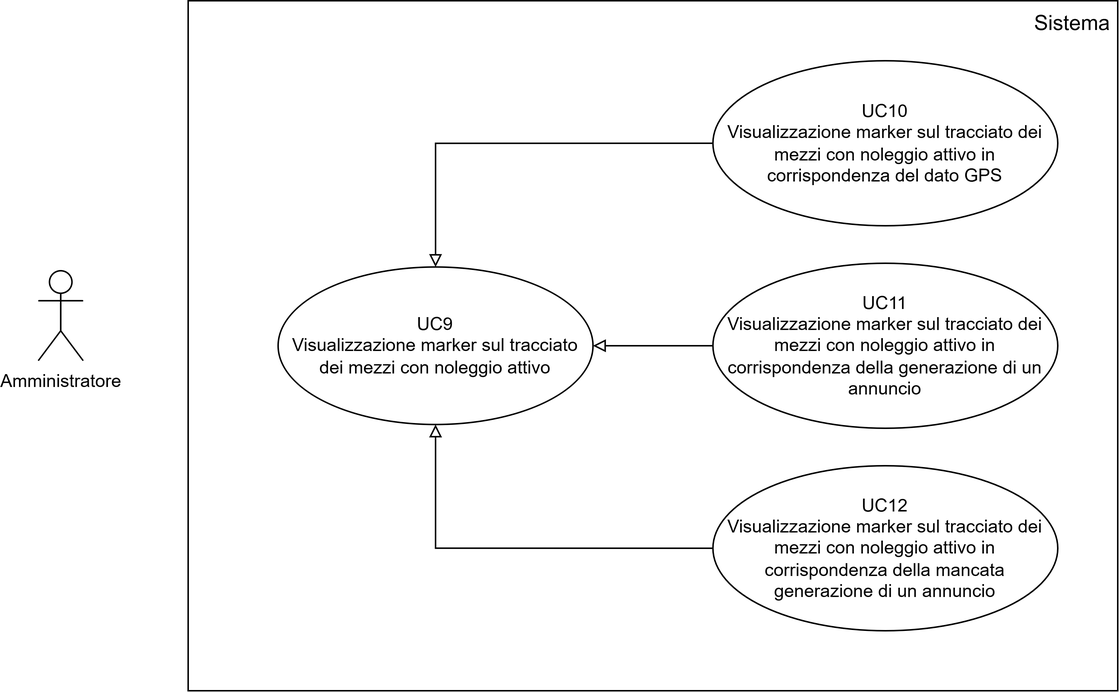
Earlier version of the draw.io export assets/use_cases/UC9-10-11-12.png (SWEatUNIPD/docs). Source tidied: cells renumbered, new cells last; positions are measured from the earlier drawing's top-left corner, leaving out a move shared by most shapes. Source of this version:
```xml
<mxGraphModel>
  <root>
    <mxCell id="0" />
    <mxCell id="1" parent="0" />
    <mxCell id="2" style="rounded=0;whiteSpace=wrap;html=1;fillColor=none;" parent="1" vertex="1">
      <mxGeometry x="100" width="620" height="460" as="geometry" />
    </mxCell>
    <mxCell id="3" value="Amministratore" style="shape=umlActor;verticalLabelPosition=bottom;verticalAlign=top;html=1;outlineConnect=0;" parent="1" vertex="1">
      <mxGeometry y="180" width="30" height="60" as="geometry" />
    </mxCell>
    <mxCell id="4" style="edgeStyle=orthogonalEdgeStyle;rounded=0;jettySize=auto;html=1;exitX=0;exitY=0.5;exitDx=0;exitDy=0;entryX=1;entryY=0.5;entryDx=0;entryDy=0;endArrow=block;endFill=0;" parent="1" edge="1" source="5" target="7">
      <mxGeometry relative="1" as="geometry">
        <Array as="points">
          <mxPoint x="430" y="230" />
          <mxPoint x="430" y="230" />
        </Array>
      </mxGeometry>
    </mxCell>
    <mxCell id="5" value="UC11&lt;div&gt;Visualizzazione marker sul tracciato dei mezzi con noleggio attivo in corrispondenza della generazione di un annuncio&lt;/div&gt;" style="ellipse;whiteSpace=wrap;html=1;fillColor=none;" parent="1" vertex="1">
      <mxGeometry x="450" y="175" width="230" height="110" as="geometry" />
    </mxCell>
    <mxCell id="6" value="Sistema" style="text;html=1;align=center;verticalAlign=middle;whiteSpace=wrap;rounded=0;fontSize=14;" parent="1" vertex="1">
      <mxGeometry x="660" width="60" height="30" as="geometry" />
    </mxCell>
    <mxCell id="7" value="UC9&lt;div&gt;Visualizzazione marker sul tracciato dei mezzi con noleggio attivo&lt;/div&gt;" style="ellipse;whiteSpace=wrap;html=1;fillColor=none;" parent="1" vertex="1">
      <mxGeometry x="160" y="177.5" width="210" height="105" as="geometry" />
    </mxCell>
    <mxCell id="8" style="edgeStyle=orthogonalEdgeStyle;rounded=0;jettySize=auto;html=1;exitX=0;exitY=0.5;exitDx=0;exitDy=0;entryX=0.5;entryY=0;entryDx=0;entryDy=0;endArrow=block;endFill=0;" parent="1" edge="1" source="9" target="7">
      <mxGeometry relative="1" as="geometry" />
    </mxCell>
    <mxCell id="9" value="UC10&lt;div&gt;Visualizzazione marker sul tracciato dei mezzi con noleggio attivo in corrispondenza del dato GPS&lt;/div&gt;" style="ellipse;whiteSpace=wrap;html=1;fillColor=none;" parent="1" vertex="1">
      <mxGeometry x="450" y="40" width="230" height="110" as="geometry" />
    </mxCell>
    <mxCell id="10" style="edgeStyle=orthogonalEdgeStyle;rounded=0;jettySize=auto;html=1;exitX=0;exitY=0.5;exitDx=0;exitDy=0;entryX=0.5;entryY=1;entryDx=0;entryDy=0;endArrow=block;endFill=0;" parent="1" edge="1" source="11" target="7">
      <mxGeometry relative="1" as="geometry" />
    </mxCell>
    <mxCell id="11" value="UC12&lt;div&gt;Visualizzazione marker sul tracciato dei mezzi con noleggio attivo in corrispondenza della mancata generazione di un annuncio&lt;/div&gt;" style="ellipse;whiteSpace=wrap;html=1;fillColor=none;" parent="1" vertex="1">
      <mxGeometry x="450" y="310" width="230" height="110" as="geometry" />
    </mxCell>
  </root>
</mxGraphModel>
```
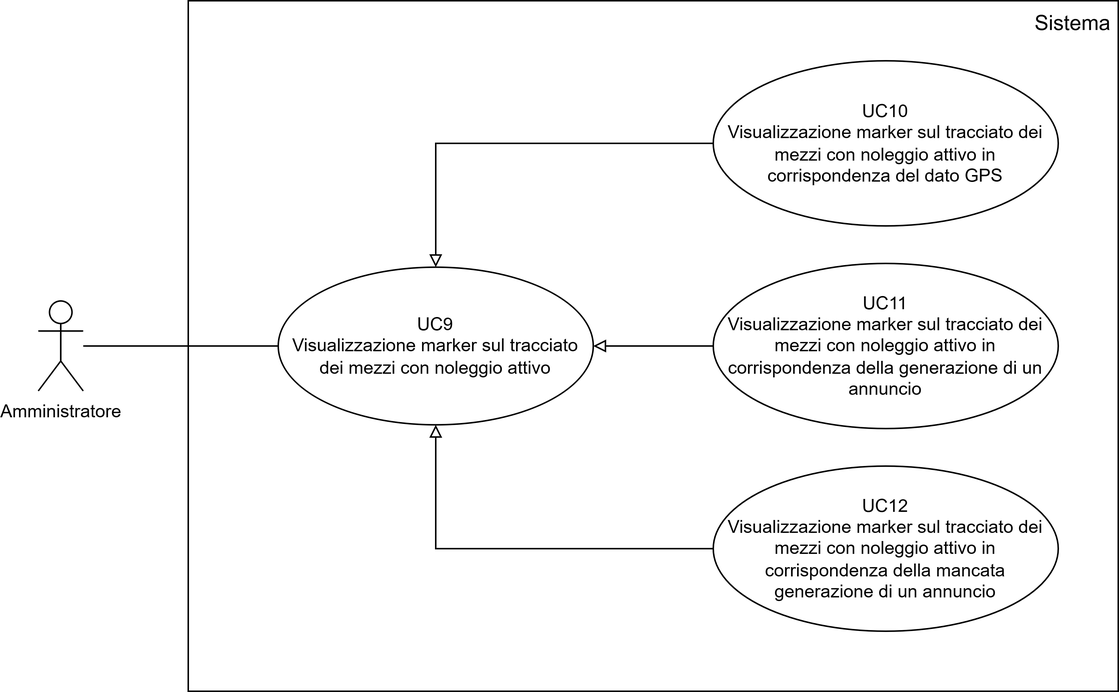
After the change.

Commit message:
sistemato diagramma UC9

The edit, as a diff of the source:
```diff
@@ -6,7 +6,7 @@
       <mxGeometry x="100" width="620" height="460" as="geometry" />
     </mxCell>
     <mxCell id="3" value="Amministratore" style="shape=umlActor;verticalLabelPosition=bottom;verticalAlign=top;html=1;outlineConnect=0;" parent="1" vertex="1">
-      <mxGeometry y="180" width="30" height="60" as="geometry" />
+      <mxGeometry y="200" width="30" height="60" as="geometry" />
     </mxCell>
     <mxCell id="4" style="edgeStyle=orthogonalEdgeStyle;rounded=0;jettySize=auto;html=1;exitX=0;exitY=0.5;exitDx=0;exitDy=0;entryX=1;entryY=0.5;entryDx=0;entryDy=0;endArrow=block;endFill=0;" parent="1" edge="1" source="5" target="7">
       <mxGeometry relative="1" as="geometry">
@@ -22,6 +22,9 @@
     <mxCell id="6" value="Sistema" style="text;html=1;align=center;verticalAlign=middle;whiteSpace=wrap;rounded=0;fontSize=14;" parent="1" vertex="1">
       <mxGeometry x="660" width="60" height="30" as="geometry" />
     </mxCell>
+    <mxCell id="12" style="edgeStyle=orthogonalEdgeStyle;rounded=0;jettySize=auto;html=1;exitX=0;exitY=0.5;exitDx=0;exitDy=0;endArrow=none;endFill=0;" parent="1" edge="1" source="7" target="3">
+      <mxGeometry relative="1" as="geometry" />
+    </mxCell>
     <mxCell id="7" value="UC9&lt;div&gt;Visualizzazione marker sul tracciato dei mezzi con noleggio attivo&lt;/div&gt;" style="ellipse;whiteSpace=wrap;html=1;fillColor=none;" parent="1" vertex="1">
       <mxGeometry x="160" y="177.5" width="210" height="105" as="geometry" />
     </mxCell>
```
